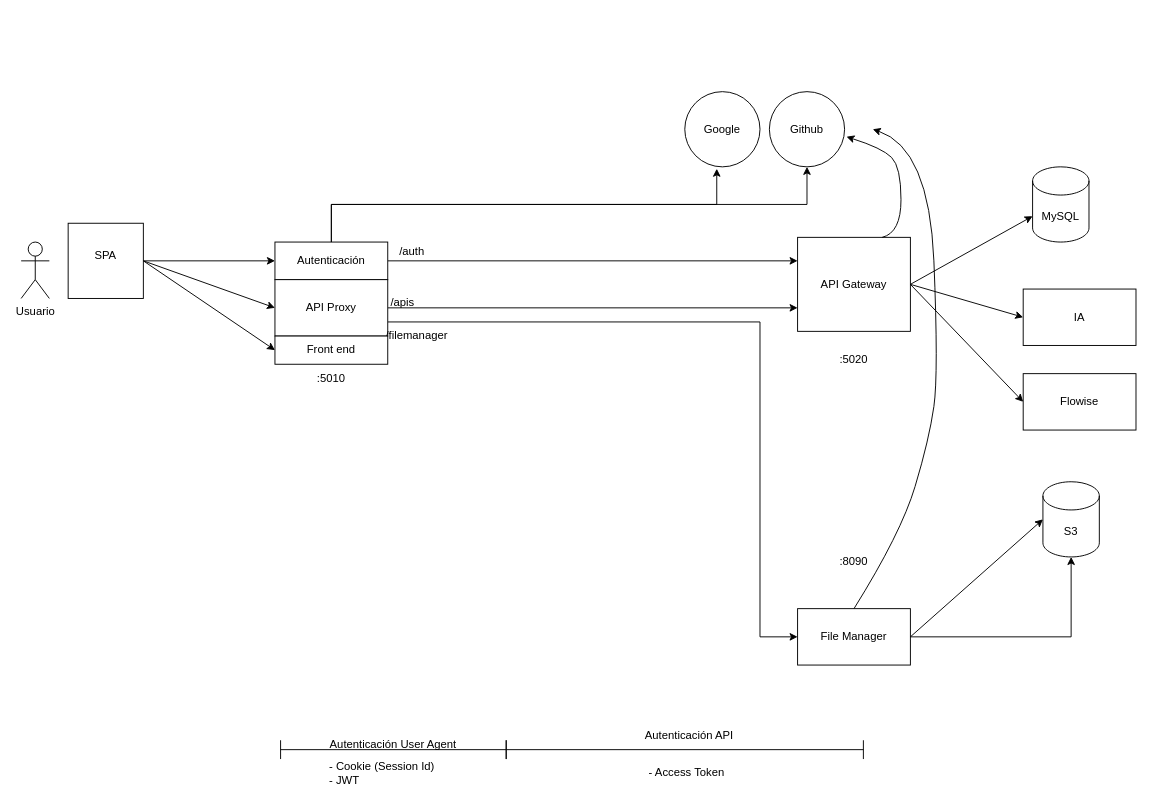
Above: page "Microservicios" (7 of 12) of Diagrama sin título.drawio in ocpdata/new-repo (draw.io), before the change. Source tidied: cells renumbered, new cells numbered last; positions are measured from the earlier drawing's top-left corner, leaving out a move shared by most shapes. Both pictures are drawn from the tidied source at 94%, with x=0, y=0 at pixel (21, 91).
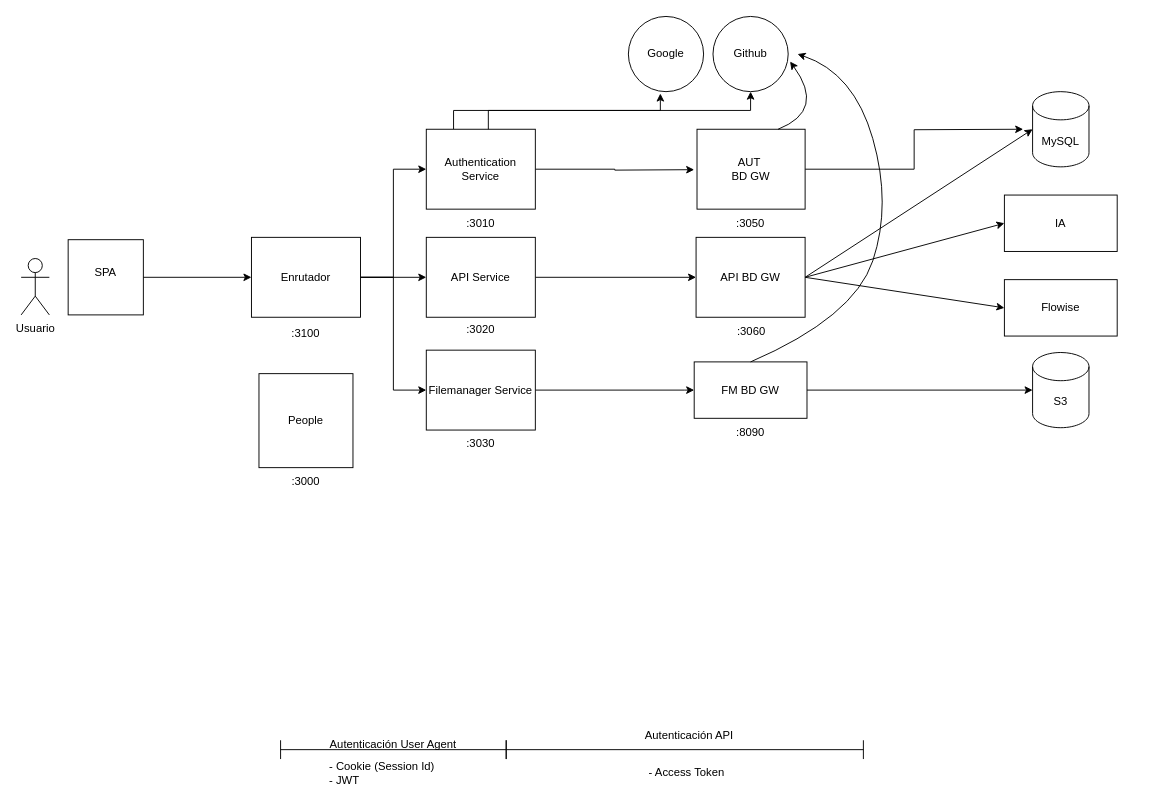
Above is the later version.

Diff of the diagram source:
```diff
@@
-    <mxCell id="2" style="edgeStyle=orthogonalEdgeStyle;rounded=0;jettySize=auto;html=1;exitX=1;exitY=0.5;exitDx=0;exitDy=0;entryX=0;entryY=0.5;entryDx=0;entryDy=0;" parent="1" edge="1" source="3" target="6">
-      <mxGeometry relative="1" as="geometry" />
-    </mxCell>
     <mxCell id="3" style="whiteSpace=wrap;html=1;" parent="1" vertex="1">
-      <mxGeometry x="50" y="140" width="80" height="80" as="geometry" />
+      <mxGeometry x="50" y="157.5" width="80" height="80" as="geometry" />
     </mxCell>
-    <mxCell id="4" style="edgeStyle=orthogonalEdgeStyle;rounded=0;jettySize=auto;html=1;exitX=0.5;exitY=0;exitDx=0;exitDy=0;entryX=0.5;entryY=1;entryDx=0;entryDy=0;" parent="1" edge="1" source="6" target="22">
+    <mxCell id="4" style="edgeStyle=orthogonalEdgeStyle;rounded=0;jettySize=auto;html=1;exitX=0.569;exitY=0.012;exitDx=0;exitDy=0;entryX=0.5;entryY=1;entryDx=0;entryDy=0;exitPerimeter=0;" parent="1" edge="1" source="60" target="22">
       <mxGeometry relative="1" as="geometry" />
     </mxCell>
-    <mxCell id="5" style="edgeStyle=orthogonalEdgeStyle;rounded=0;jettySize=auto;html=1;exitX=1;exitY=0.5;exitDx=0;exitDy=0;entryX=0;entryY=0.25;entryDx=0;entryDy=0;" parent="1" edge="1" source="6" target="8">
-      <mxGeometry relative="1" as="geometry" />
+    <mxCell id="5" style="edgeStyle=orthogonalEdgeStyle;rounded=0;jettySize=auto;html=1;exitX=1;exitY=0.5;exitDx=0;exitDy=0;" parent="1" edge="1" source="60">
+      <mxGeometry relative="1" as="geometry">
+        <mxPoint x="716" y="83" as="targetPoint" />
+      </mxGeometry>
     </mxCell>
-    <mxCell id="6" value="Autenticación" style="rounded=0;whiteSpace=wrap;html=1;" parent="1" vertex="1">
-      <mxGeometry x="270" y="160" width="120" height="40" as="geometry" />
-    </mxCell>
@@
+    <mxCell id="44" style="edgeStyle=orthogonalEdgeStyle;rounded=0;jettySize=auto;html=1;exitX=1;exitY=0.5;exitDx=0;exitDy=0;" parent="1" edge="1" source="8">
+      <mxGeometry relative="1" as="geometry">
+        <mxPoint x="1066" y="40" as="targetPoint" />
+      </mxGeometry>
+    </mxCell>
-    <mxCell id="8" value="API Gateway" style="rounded=0;whiteSpace=wrap;html=1;" parent="1" vertex="1">
-      <mxGeometry x="826" y="155" width="120" height="100" as="geometry" />
+    <mxCell id="8" value="AUT&amp;nbsp;&lt;div&gt;BD GW&lt;/div&gt;" style="rounded=0;whiteSpace=wrap;html=1;" parent="1" vertex="1">
+      <mxGeometry x="719" y="40" width="115" height="85" as="geometry" />
     </mxCell>
-    <mxCell id="9" style="endArrow=classic;html=1;rounded=0;exitX=1;exitY=0.5;exitDx=0;exitDy=0;entryX=0;entryY=0.5;entryDx=0;entryDy=0;" parent="1" edge="1" source="3" target="26">
+    <mxCell id="9" style="endArrow=classic;html=1;rounded=0;exitX=1;exitY=0.5;exitDx=0;exitDy=0;entryX=0;entryY=0.5;entryDx=0;entryDy=0;" parent="1" edge="1" source="3" target="48">
       <mxGeometry relative="1" as="geometry" />
     </mxCell>
     <mxCell id="10" value="IA" style="rounded=0;whiteSpace=wrap;html=1;" parent="1" vertex="1">
-      <mxGeometry x="1066" y="210" width="120" height="60" as="geometry" />
+      <mxGeometry x="1046" y="110" width="120" height="60" as="geometry" />
     </mxCell>
-    <mxCell id="11" style="edgeStyle=orthogonalEdgeStyle;rounded=0;jettySize=auto;html=1;" parent="1" edge="1" source="12" target="16">
-      <mxGeometry relative="1" as="geometry" />
-    </mxCell>
-    <mxCell id="12" value="File Manager" style="rounded=0;whiteSpace=wrap;html=1;" parent="1" vertex="1">
-      <mxGeometry x="826" y="550" width="120" height="60" as="geometry" />
+    <mxCell id="12" value="FM BD GW" style="rounded=0;whiteSpace=wrap;html=1;" parent="1" vertex="1">
+      <mxGeometry x="716" y="287.5" width="120" height="60" as="geometry" />
     </mxCell>
     <mxCell id="13" value="MySQL" style="shape=cylinder3;whiteSpace=wrap;html=1;boundedLbl=1;backgroundOutline=1;size=15;" parent="1" vertex="1">
-      <mxGeometry x="1076" y="80" width="60" height="80" as="geometry" />
+      <mxGeometry x="1076" width="60" height="80" as="geometry" />
     </mxCell>
     <mxCell id="14" value="Flowise" style="rounded=0;whiteSpace=wrap;html=1;" parent="1" vertex="1">
-      <mxGeometry x="1066" y="300" width="120" height="60" as="geometry" />
+      <mxGeometry x="1046" y="200" width="120" height="60" as="geometry" />
     </mxCell>
-    <mxCell id="15" style="endArrow=classic;html=1;rounded=0;exitX=1;exitY=0.5;exitDx=0;exitDy=0;entryX=0;entryY=0.5;entryDx=0;entryDy=0;" parent="1" edge="1" source="8" target="14">
+    <mxCell id="15" style="endArrow=classic;html=1;rounded=0;exitX=1;exitY=0.5;exitDx=0;exitDy=0;entryX=0;entryY=0.5;entryDx=0;entryDy=0;" parent="1" edge="1" source="59" target="14">
       <mxGeometry relative="1" as="geometry" />
     </mxCell>
     <mxCell id="16" value="S3" style="shape=cylinder3;whiteSpace=wrap;html=1;boundedLbl=1;backgroundOutline=1;size=15;" parent="1" vertex="1">
-      <mxGeometry x="1087" y="415" width="60" height="80" as="geometry" />
+      <mxGeometry x="1076" y="277.5" width="60" height="80" as="geometry" />
     </mxCell>
@@
     <mxCell id="18" value="Usuario" style="shape=umlActor;verticalLabelPosition=bottom;verticalAlign=top;html=1;" parent="1" vertex="1">
-      <mxGeometry y="160" width="30" height="60" as="geometry" />
+      <mxGeometry y="177.5" width="30" height="60" as="geometry" />
     </mxCell>
-    <mxCell id="19" style="endArrow=classic;html=1;rounded=0;entryX=0;entryY=0.5;entryDx=0;entryDy=0;exitX=1;exitY=0.5;exitDx=0;exitDy=0;" parent="1" edge="1" source="8" target="10">
+    <mxCell id="19" style="endArrow=classic;html=1;rounded=0;entryX=0;entryY=0.5;entryDx=0;entryDy=0;exitX=1;exitY=0.5;exitDx=0;exitDy=0;" parent="1" edge="1" source="59" target="10">
       <mxGeometry relative="1" as="geometry" />
     </mxCell>
-    <mxCell id="20" style="endArrow=classic;html=1;rounded=0;entryX=0;entryY=0;entryDx=0;entryDy=52.5;entryPerimeter=0;exitX=1;exitY=0.5;exitDx=0;exitDy=0;" parent="1" edge="1" source="8" target="13">
-      <mxGeometry relative="1" as="geometry" />
-    </mxCell>
     <mxCell id="21" value="Google" style="ellipse;whiteSpace=wrap;html=1;" parent="1" vertex="1">
-      <mxGeometry x="706" width="80" height="80" as="geometry" />
+      <mxGeometry x="646" y="-80" width="80" height="80" as="geometry" />
     </mxCell>
     <mxCell id="22" value="Github" style="ellipse;whiteSpace=wrap;html=1;" parent="1" vertex="1">
-      <mxGeometry x="796" width="80" height="80" as="geometry" />
+      <mxGeometry x="736" y="-80" width="80" height="80" as="geometry" />
     </mxCell>
-    <mxCell id="23" style="edgeStyle=orthogonalEdgeStyle;rounded=0;jettySize=auto;html=1;exitX=0.5;exitY=0;exitDx=0;exitDy=0;entryX=0.425;entryY=1.025;entryDx=0;entryDy=0;entryPerimeter=0;" parent="1" edge="1" source="6" target="21">
+    <mxCell id="23" style="edgeStyle=orthogonalEdgeStyle;rounded=0;jettySize=auto;html=1;exitX=0.25;exitY=0;exitDx=0;exitDy=0;entryX=0.425;entryY=1.025;entryDx=0;entryDy=0;entryPerimeter=0;" parent="1" edge="1" source="60" target="21">
       <mxGeometry relative="1" as="geometry" />
     </mxCell>
-    <mxCell id="24" style="edgeStyle=orthogonalEdgeStyle;rounded=0;jettySize=auto;html=1;exitX=1;exitY=0.5;exitDx=0;exitDy=0;entryX=0;entryY=0.75;entryDx=0;entryDy=0;" parent="1" edge="1" source="26" target="8">
+    <mxCell id="24" style="edgeStyle=orthogonalEdgeStyle;rounded=0;jettySize=auto;html=1;exitX=1;exitY=0.5;exitDx=0;exitDy=0;entryX=0;entryY=0.5;entryDx=0;entryDy=0;" parent="1" edge="1" source="49" target="59">
       <mxGeometry relative="1" as="geometry" />
     </mxCell>
-    <mxCell id="25" style="edgeStyle=orthogonalEdgeStyle;rounded=0;jettySize=auto;html=1;exitX=1;exitY=0.75;exitDx=0;exitDy=0;entryX=0;entryY=0.5;entryDx=0;entryDy=0;" parent="1" edge="1" source="26" target="12">
+    <mxCell id="25" style="edgeStyle=orthogonalEdgeStyle;rounded=0;jettySize=auto;html=1;exitX=1;exitY=0.5;exitDx=0;exitDy=0;entryX=0;entryY=0.5;entryDx=0;entryDy=0;" parent="1" edge="1" source="50" target="12">
       <mxGeometry relative="1" as="geometry">
         <Array as="points">
-          <mxPoint x="786" y="245" />
-          <mxPoint x="786" y="580" />
+          <mxPoint x="706" y="318" />
         </Array>
       </mxGeometry>
     </mxCell>
-    <mxCell id="26" value="API Proxy" style="rounded=0;whiteSpace=wrap;html=1;" parent="1" vertex="1">
-      <mxGeometry x="270" y="200" width="120" height="60" as="geometry" />
-    </mxCell>
-    <mxCell id="27" value=":5010" style="text;strokeColor=none;align=center;fillColor=none;html=1;verticalAlign=middle;whiteSpace=wrap;rounded=0;" parent="1" vertex="1">
-      <mxGeometry x="300" y="290" width="60" height="30" as="geometry" />
-    </mxCell>
     <mxCell id="28" value=":8090" style="text;strokeColor=none;align=center;fillColor=none;html=1;verticalAlign=middle;whiteSpace=wrap;rounded=0;" parent="1" vertex="1">
-      <mxGeometry x="856" y="485" width="60" height="30" as="geometry" />
+      <mxGeometry x="746" y="347.5" width="60" height="30" as="geometry" />
     </mxCell>
-    <mxCell id="29" value=":5020" style="text;strokeColor=none;align=center;fillColor=none;html=1;verticalAlign=middle;whiteSpace=wrap;rounded=0;" parent="1" vertex="1">
-      <mxGeometry x="856" y="270" width="60" height="30" as="geometry" />
-    </mxCell>
     <mxCell id="30" value="SPA" style="text;strokeColor=none;align=center;fillColor=none;html=1;verticalAlign=middle;whiteSpace=wrap;rounded=0;" parent="1" vertex="1">
-      <mxGeometry x="60" y="160" width="60" height="30" as="geometry" />
+      <mxGeometry x="60" y="177.5" width="60" height="30" as="geometry" />
     </mxCell>
     <mxCell id="31" style="curved=1;endArrow=classic;html=1;rounded=0;exitX=0.75;exitY=0;exitDx=0;exitDy=0;entryX=1.025;entryY=0.6;entryDx=0;entryDy=0;entryPerimeter=0;" parent="1" edge="1" source="8" target="22">
       <mxGeometry relative="1" as="geometry">
         <Array as="points">
-          <mxPoint x="936" y="150" />
-          <mxPoint x="936" y="80" />
-          <mxPoint x="916" y="60" />
+          <mxPoint x="856" y="20" />
         </Array>
       </mxGeometry>
     </mxCell>
-    <mxCell id="32" value="&lt;div&gt;/filemanager&lt;/div&gt;" style="text;strokeColor=none;align=left;fillColor=none;html=1;verticalAlign=middle;whiteSpace=wrap;rounded=0;" parent="1" vertex="1">
-      <mxGeometry x="386" y="240" width="60" height="40" as="geometry" />
-    </mxCell>
-    <mxCell id="33" value="/auth" style="text;strokeColor=none;align=center;fillColor=none;html=1;verticalAlign=middle;whiteSpace=wrap;rounded=0;" parent="1" vertex="1">
-      <mxGeometry x="386" y="155" width="60" height="30" as="geometry" />
-    </mxCell>
-    <mxCell id="34" value="/apis" style="text;strokeColor=none;align=center;fillColor=none;html=1;verticalAlign=middle;whiteSpace=wrap;rounded=0;" parent="1" vertex="1">
-      <mxGeometry x="376" y="210" width="60" height="30" as="geometry" />
-    </mxCell>
     <mxCell id="35" style="curved=1;endArrow=classic;html=1;rounded=0;exitX=0.5;exitY=0;exitDx=0;exitDy=0;" parent="1" edge="1" source="12">
       <mxGeometry relative="1" as="geometry">
-        <mxPoint x="906" y="40" as="targetPoint" />
+        <mxPoint x="826" y="-40" as="targetPoint" />
         <Array as="points">
-          <mxPoint x="936" y="470" />
-          <mxPoint x="966" y="370" />
-          <mxPoint x="976" y="300" />
-          <mxPoint x="966" y="60" />
+          <mxPoint x="886" y="240" />
+          <mxPoint x="926" y="120" />
+          <mxPoint x="886" y="-20" />
         </Array>
       </mxGeometry>
     </mxCell>
@@
-    <mxCell id="42" value="Front end" style="rounded=0;whiteSpace=wrap;html=1;" parent="1" vertex="1">
-      <mxGeometry x="270" y="260" width="120" height="30" as="geometry" />
-    </mxCell>
-    <mxCell id="43" style="endArrow=classic;html=1;rounded=0;entryX=0;entryY=0.5;entryDx=0;entryDy=0;" parent="1" edge="1" target="42">
-      <mxGeometry relative="1" as="geometry">
-        <mxPoint x="130" y="180" as="sourcePoint" />
-      </mxGeometry>
-    </mxCell>
+    <mxCell id="45" style="edgeStyle=orthogonalEdgeStyle;rounded=0;jettySize=auto;html=1;exitX=1;exitY=0.5;exitDx=0;exitDy=0;entryX=0;entryY=0.5;entryDx=0;entryDy=0;" parent="1" edge="1" source="48" target="49">
+      <mxGeometry relative="1" as="geometry" />
+    </mxCell>
+    <mxCell id="46" style="edgeStyle=orthogonalEdgeStyle;rounded=0;jettySize=auto;html=1;exitX=1;exitY=0.5;exitDx=0;exitDy=0;entryX=0;entryY=0.5;entryDx=0;entryDy=0;" parent="1" edge="1" source="48" target="60">
+      <mxGeometry relative="1" as="geometry" />
+    </mxCell>
+    <mxCell id="47" style="edgeStyle=orthogonalEdgeStyle;rounded=0;jettySize=auto;html=1;exitX=1;exitY=0.5;exitDx=0;exitDy=0;entryX=0;entryY=0.5;entryDx=0;entryDy=0;" parent="1" edge="1" source="48" target="50">
+      <mxGeometry relative="1" as="geometry" />
+    </mxCell>
+    <mxCell id="48" value="Enrutador" style="rounded=0;whiteSpace=wrap;html=1;" parent="1" vertex="1">
+      <mxGeometry x="245" y="155" width="116" height="85" as="geometry" />
+    </mxCell>
+    <mxCell id="49" value="API Service" style="rounded=0;whiteSpace=wrap;html=1;" parent="1" vertex="1">
+      <mxGeometry x="431" y="155" width="116" height="85" as="geometry" />
+    </mxCell>
+    <mxCell id="50" value="Filemanager Service" style="rounded=0;whiteSpace=wrap;html=1;" parent="1" vertex="1">
+      <mxGeometry x="431" y="275" width="116" height="85" as="geometry" />
+    </mxCell>
+    <mxCell id="51" value=":310&lt;span style=&quot;background-color: transparent; color: light-dark(rgb(0, 0, 0), rgb(255, 255, 255));&quot;&gt;0&lt;/span&gt;" style="text;strokeColor=none;align=center;fillColor=none;html=1;verticalAlign=middle;whiteSpace=wrap;rounded=0;" parent="1" vertex="1">
+      <mxGeometry x="273" y="242.5" width="60" height="30" as="geometry" />
+    </mxCell>
+    <mxCell id="52" value=":3010" style="text;strokeColor=none;align=center;fillColor=none;html=1;verticalAlign=middle;whiteSpace=wrap;rounded=0;" parent="1" vertex="1">
+      <mxGeometry x="459" y="125" width="60" height="30" as="geometry" />
+    </mxCell>
+    <mxCell id="53" value=":3020" style="text;strokeColor=none;align=center;fillColor=none;html=1;verticalAlign=middle;whiteSpace=wrap;rounded=0;" parent="1" vertex="1">
+      <mxGeometry x="459" y="237.5" width="60" height="30" as="geometry" />
+    </mxCell>
+    <mxCell id="54" value=":3030" style="text;strokeColor=none;align=center;fillColor=none;html=1;verticalAlign=middle;whiteSpace=wrap;rounded=0;" parent="1" vertex="1">
+      <mxGeometry x="459" y="360" width="60" height="30" as="geometry" />
+    </mxCell>
+    <mxCell id="55" value="People" style="whiteSpace=wrap;html=1;" parent="1" vertex="1">
+      <mxGeometry x="253" y="300" width="100" height="100" as="geometry" />
+    </mxCell>
+    <mxCell id="56" style="edgeStyle=orthogonalEdgeStyle;rounded=0;orthogonalLoop=1;jettySize=auto;html=1;exitX=0.5;exitY=1;exitDx=0;exitDy=0;" parent="1" edge="1" source="55" target="55">
+      <mxGeometry relative="1" as="geometry" />
+    </mxCell>
+    <mxCell id="57" value=":3000" style="text;strokeColor=none;align=center;fillColor=none;html=1;verticalAlign=middle;whiteSpace=wrap;rounded=0;" parent="1" vertex="1">
+      <mxGeometry x="273" y="400" width="60" height="30" as="geometry" />
+    </mxCell>
+    <mxCell id="58" style="edgeStyle=orthogonalEdgeStyle;rounded=0;orthogonalLoop=1;jettySize=auto;html=1;exitX=0.5;exitY=1;exitDx=0;exitDy=0;" parent="1" edge="1" source="55" target="55">
+      <mxGeometry relative="1" as="geometry" />
+    </mxCell>
+    <mxCell id="59" value="API BD GW" style="rounded=0;whiteSpace=wrap;html=1;" parent="1" vertex="1">
+      <mxGeometry x="718" y="155" width="116" height="85" as="geometry" />
+    </mxCell>
+    <mxCell id="60" value="Authentication Service" style="rounded=0;whiteSpace=wrap;html=1;" parent="1" vertex="1">
+      <mxGeometry x="431" y="40" width="116" height="85" as="geometry" />
+    </mxCell>
+    <mxCell id="61" style="endArrow=classic;html=1;rounded=0;entryX=0;entryY=0.5;entryDx=0;entryDy=0;exitX=1;exitY=0.5;exitDx=0;exitDy=0;entryPerimeter=0;" parent="1" edge="1" source="59" target="13">
+      <mxGeometry relative="1" as="geometry" />
+    </mxCell>
+    <mxCell id="62" value=":3050" style="text;strokeColor=none;align=center;fillColor=none;html=1;verticalAlign=middle;whiteSpace=wrap;rounded=0;" parent="1" vertex="1">
+      <mxGeometry x="746" y="125" width="60" height="30" as="geometry" />
+    </mxCell>
+    <mxCell id="63" value=":3060" style="text;strokeColor=none;align=center;fillColor=none;html=1;verticalAlign=middle;whiteSpace=wrap;rounded=0;" parent="1" vertex="1">
+      <mxGeometry x="746.5" y="240" width="60" height="30" as="geometry" />
+    </mxCell>
```
